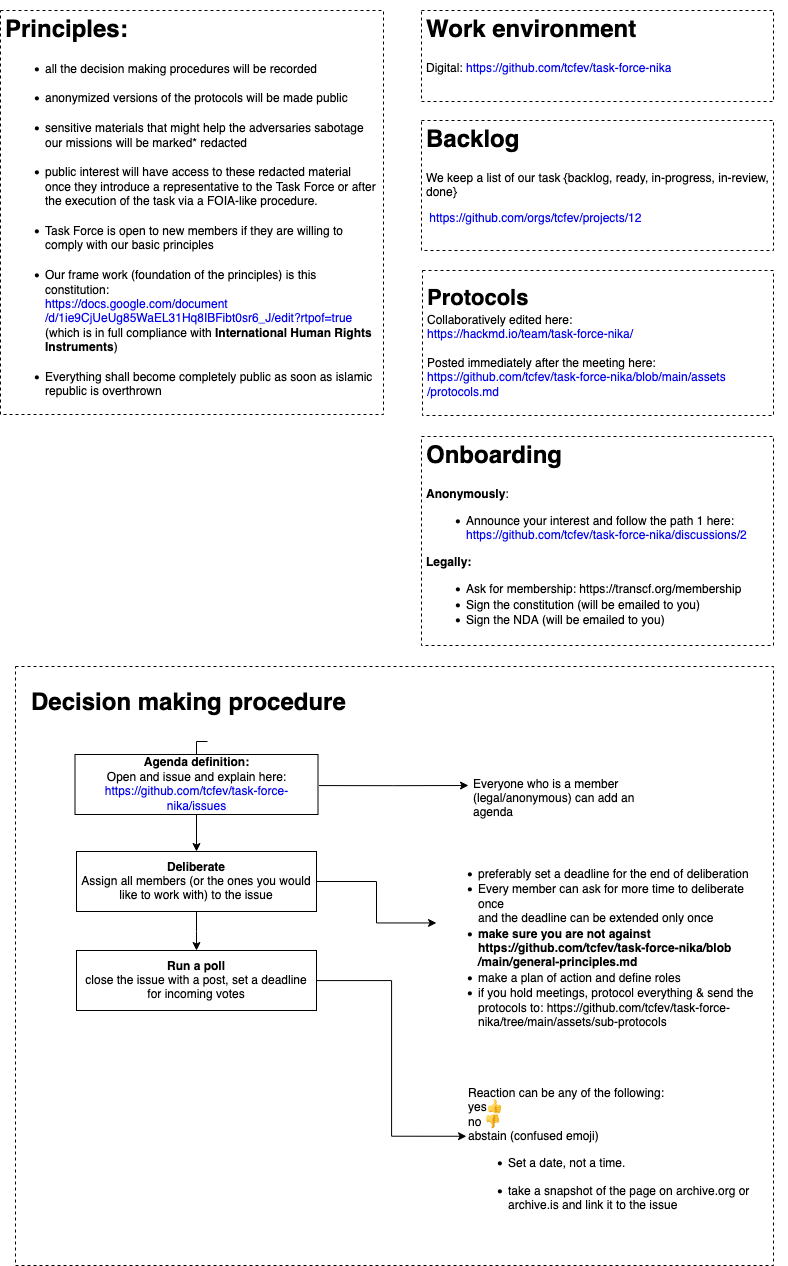
Above: assets/transparency-protocol.drawio.png in tcfev/task-force-nika (draw.io), before the change. Source tidied: cells renumbered, new cells last; positions are measured from the earlier drawing's top-left corner, leaving out a move shared by most shapes.
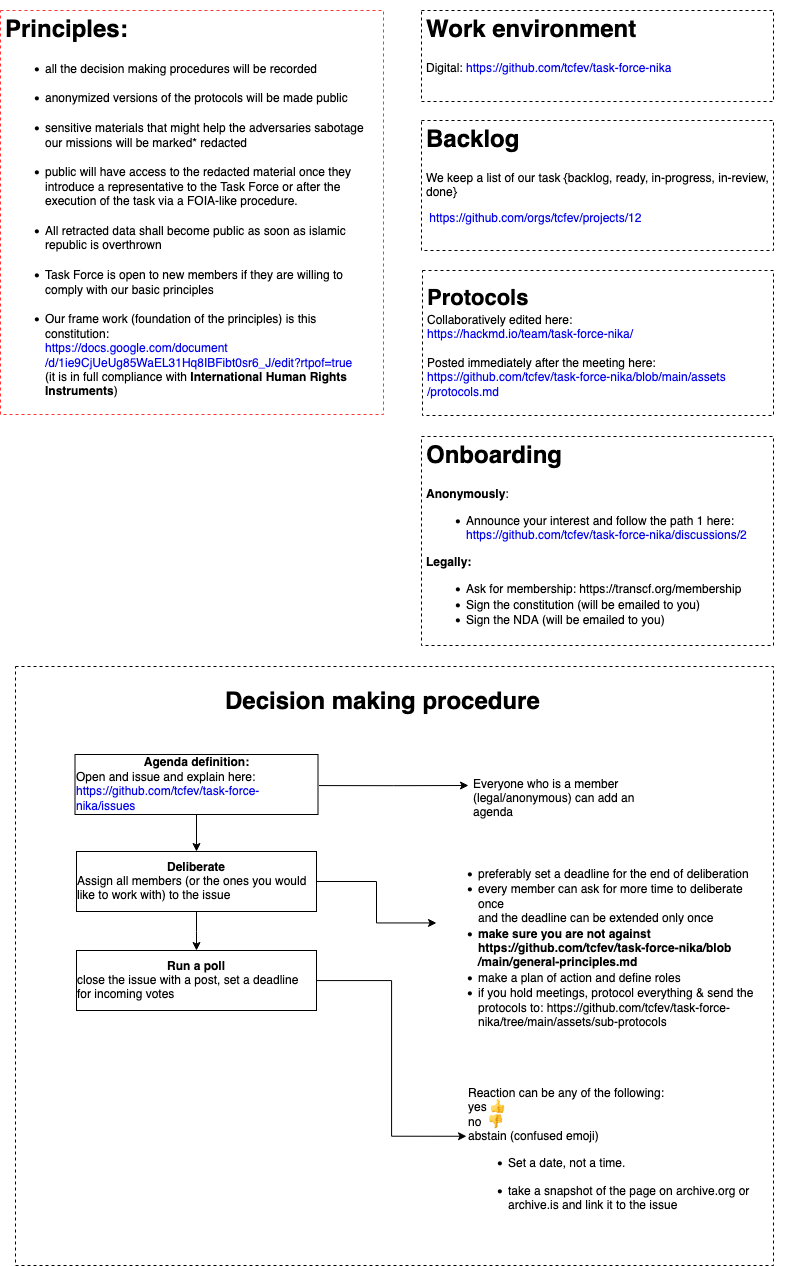
After the change.

Commit message:
transparency-protocol.drawio.png reordered, hoisted publication of redacted material

Change to the diagram source:
```diff
@@ -2,7 +2,7 @@
   <root>
     <mxCell id="0" />
     <mxCell id="1" parent="0" />
-    <mxCell id="2" value="&lt;h1 align=&quot;justify&quot;&gt;Principles:&lt;br&gt;&lt;/h1&gt;&lt;ul&gt;&lt;li&gt;all the decision making procedures will be recorded&lt;br&gt;&lt;br&gt;&lt;/li&gt;&lt;li&gt;anonymized versions of the protocols will be made public&lt;br&gt;&lt;br&gt;&lt;/li&gt;&lt;li&gt;sensitive materials that might help the adversaries sabotage our missions will be marked* redacted&lt;br&gt;&lt;br&gt;&lt;/li&gt;&lt;li&gt;public interest will have access to these redacted material once they introduce a representative to the Task Force or after the execution of the task via a FOIA-like procedure. &lt;br&gt;&lt;br&gt;&lt;/li&gt;&lt;li&gt;Task Force is open to new members if they are willing to comply with our basic principles&lt;br&gt;&lt;br&gt;&lt;/li&gt;&lt;li&gt;Our frame work (foundation of the principles) is this constitution:&lt;a href=&quot;https://docs.google.com/document/d/1ie9CjUeUg85WaEL31Hq8IBFibt0sr6_J/edit?rtpof=true&quot;&gt;&lt;br&gt;https://docs.google.com/document/d/1ie9CjUeUg85WaEL31Hq8IBFibt0sr6_J/edit?rtpof=true&lt;/a&gt; (which is in full compliance with &lt;b&gt;International Human Rights Instruments&lt;/b&gt;)&lt;br&gt;&lt;br&gt;&lt;/li&gt;&lt;li&gt;Everything shall become completely public as soon as islamic republic is overthrown&lt;br&gt;&lt;br&gt;&lt;/li&gt;&lt;/ul&gt;" style="text;html=1;strokeColor=default;fillColor=none;spacing=5;spacingTop=-20;whiteSpace=wrap;overflow=hidden;rounded=0;dashed=1;" parent="1" vertex="1">
+    <mxCell id="2" value="&lt;h1 align=&quot;justify&quot;&gt;Principles:&lt;br&gt;&lt;/h1&gt;&lt;ul&gt;&lt;li&gt;all the decision making procedures will be recorded&lt;br&gt;&lt;br&gt;&lt;/li&gt;&lt;li&gt;anonymized versions of the protocols will be made public&lt;br&gt;&lt;br&gt;&lt;/li&gt;&lt;li&gt;sensitive materials that might help the adversaries sabotage our missions will be marked* redacted&lt;br&gt;&lt;br&gt;&lt;/li&gt;&lt;li&gt;public will have access to the redacted material once they introduce a representative to the Task Force or after the execution of the task via a FOIA-like procedure. &lt;br&gt;&lt;br&gt;&lt;/li&gt;&lt;li&gt;All retracted data shall become public as soon as islamic republic is overthrown&lt;br&gt;&lt;br&gt;&lt;/li&gt;&lt;li&gt;Task Force is open to new members if they are willing to comply with our basic principles&lt;br&gt;&lt;br&gt;&lt;/li&gt;&lt;li&gt;Our frame work (foundation of the principles) is this constitution:&lt;a href=&quot;https://docs.google.com/document/d/1ie9CjUeUg85WaEL31Hq8IBFibt0sr6_J/edit?rtpof=true&quot;&gt;&lt;br&gt;https://docs.google.com/document/d/1ie9CjUeUg85WaEL31Hq8IBFibt0sr6_J/edit?rtpof=true&lt;/a&gt; &lt;br&gt;(it is in full compliance with &lt;b&gt;International Human Rights Instruments&lt;/b&gt;)&lt;br&gt;&lt;br&gt;&lt;/li&gt;&lt;/ul&gt;" style="text;html=1;spacing=5;spacingTop=-20;whiteSpace=wrap;overflow=hidden;rounded=0;dashed=1;strokeColor=#FF3333;" parent="1" vertex="1">
       <mxGeometry width="383" height="404" as="geometry" />
     </mxCell>
     <mxCell id="3" value="&lt;h1&gt;Work environment&lt;br&gt;&lt;/h1&gt;&lt;p&gt;Digital: &lt;a href=&quot;https://github.com/tcfev/task-force-nika&quot;&gt;https://github.com/tcfev/task-force-nika&lt;/a&gt;&lt;/p&gt;&lt;p&gt;&lt;br&gt;&lt;/p&gt;" style="text;html=1;strokeColor=default;fillColor=none;spacing=5;spacingTop=-20;whiteSpace=wrap;overflow=hidden;rounded=0;dashed=1;" parent="1" vertex="1">
@@ -23,21 +23,18 @@
     <mxCell id="8" style="rounded=0;whiteSpace=wrap;html=1;dashed=1;strokeColor=default;fontSize=22;fillColor=none;" parent="7" vertex="1">
       <mxGeometry x="7" width="758" height="599" as="geometry" />
     </mxCell>
-    <mxCell id="9" value="&lt;h1&gt;Decision making procedure&lt;br&gt;&lt;/h1&gt;&lt;p&gt;&lt;br&gt;&lt;/p&gt;" style="text;html=1;strokeColor=none;fillColor=none;spacing=5;spacingTop=-20;whiteSpace=wrap;overflow=hidden;rounded=0;" parent="7" vertex="1">
-      <mxGeometry x="18" y="17" width="362" height="58" as="geometry" />
+    <mxCell id="9" value="&lt;h1&gt;&amp;nbsp;&amp;nbsp; Decision making procedure&lt;br&gt;&lt;/h1&gt;&lt;p&gt;&lt;br&gt;&lt;/p&gt;" style="text;html=1;strokeColor=none;fillColor=none;spacing=5;spacingTop=-20;whiteSpace=wrap;overflow=hidden;rounded=0;dashed=1;" parent="7" vertex="1">
+      <mxGeometry x="192" y="16" width="375" height="58" as="geometry" />
     </mxCell>
     <mxCell id="10" style="edgeStyle=orthogonalEdgeStyle;rounded=0;jettySize=auto;html=1;entryX=0;entryY=0.5;entryDx=0;entryDy=0;" parent="7" edge="1" target="15">
       <mxGeometry relative="1" as="geometry">
         <mxPoint x="310.5" y="119.1" as="sourcePoint" />
       </mxGeometry>
     </mxCell>
-    <mxCell id="11" value="&lt;b&gt;Agenda definition: &lt;/b&gt;&lt;br&gt;Open and issue and explain here:&lt;br&gt;&lt;a href=&quot;https://github.com/tcfev/task-force-nika/issues&quot;&gt;https://github.com/tcfev/task-force-nika/issues&lt;/a&gt;" style="whiteSpace=wrap;html=1;" parent="7" vertex="1">
+    <mxCell id="11" value="&lt;b&gt;Agenda definition: &lt;/b&gt;&lt;br&gt;&lt;div align=&quot;left&quot;&gt;Open and issue and explain here:&lt;br&gt;&lt;a href=&quot;https://github.com/tcfev/task-force-nika/issues&quot;&gt;https://github.com/tcfev/task-force-nika/issues&lt;/a&gt;&lt;/div&gt;" style="whiteSpace=wrap;html=1;" parent="7" vertex="1">
       <mxGeometry x="66.5" y="88" width="243" height="60" as="geometry" />
     </mxCell>
-    <mxCell id="12" style="edgeStyle=orthogonalEdgeStyle;rounded=0;jettySize=auto;html=1;exitX=0.5;exitY=1;exitDx=0;exitDy=0;entryX=0.5;entryY=0;entryDx=0;entryDy=0;fontSize=22;endArrow=none;endFill=0;" parent="7" edge="1" source="9" target="11">
-      <mxGeometry relative="1" as="geometry" />
-    </mxCell>
-    <mxCell id="13" value="&lt;b&gt;Deliberate &lt;/b&gt;&lt;br&gt;Assign all members (or the ones you would like to work with) to the issue" style="whiteSpace=wrap;html=1;" parent="7" vertex="1">
+    <mxCell id="13" value="&lt;b&gt;Deliberate &lt;/b&gt;&lt;br&gt;&lt;div align=&quot;left&quot;&gt;Assign all members (or the ones you would like to work with) to the issue&lt;/div&gt;" style="whiteSpace=wrap;html=1;" parent="7" vertex="1">
       <mxGeometry x="68" y="185" width="240" height="60" as="geometry" />
     </mxCell>
     <mxCell id="14" style="edgeStyle=orthogonalEdgeStyle;rounded=0;jettySize=auto;html=1;" parent="7" edge="1" source="11" target="13">
@@ -46,19 +43,19 @@
     <mxCell id="15" value="&lt;h1&gt;&lt;br&gt;&lt;/h1&gt;&lt;p&gt;Everyone who is a member (legal/anonymous) can add an agenda&lt;/p&gt;&lt;p&gt;&lt;br&gt;&lt;/p&gt;" style="text;html=1;strokeColor=none;fillColor=none;spacing=5;spacingTop=-20;whiteSpace=wrap;overflow=hidden;rounded=0;" parent="7" vertex="1">
       <mxGeometry x="460" y="59.5" width="190" height="119" as="geometry" />
     </mxCell>
-    <mxCell id="16" value="&lt;div&gt;&lt;b&gt;Run a poll&lt;br&gt;&lt;/b&gt;&lt;/div&gt;&lt;div&gt;close the issue with a post, set a deadline for incoming votes&lt;br&gt;&lt;/div&gt;" style="whiteSpace=wrap;html=1;" parent="7" vertex="1">
+    <mxCell id="16" value="&lt;div&gt;&lt;b&gt;Run a poll&lt;br&gt;&lt;/b&gt;&lt;/div&gt;&lt;div align=&quot;left&quot;&gt;close the issue with a post, set a deadline for incoming votes&lt;br&gt;&lt;/div&gt;" style="whiteSpace=wrap;html=1;" parent="7" vertex="1">
       <mxGeometry x="68" y="284" width="240" height="60" as="geometry" />
     </mxCell>
     <mxCell id="17" style="edgeStyle=orthogonalEdgeStyle;rounded=0;jettySize=auto;html=1;entryX=0.5;entryY=0;entryDx=0;entryDy=0;" parent="7" edge="1" source="13" target="16">
       <mxGeometry relative="1" as="geometry" />
     </mxCell>
-    <mxCell id="18" value="&lt;h1&gt;&lt;br&gt;&lt;/h1&gt;&lt;ul&gt;&lt;li&gt;preferably set a deadline for the end of deliberation&lt;/li&gt;&lt;li&gt;Every member can ask for more time to deliberate once&lt;br&gt;&lt;div&gt;and the deadline can be extended only once&lt;/div&gt;&lt;/li&gt;&lt;li&gt;&lt;b&gt;make sure you are not against https://github.com/tcfev/task-force-nika/blob/main/general-principles.md&lt;/b&gt;&lt;br&gt;&lt;/li&gt;&lt;li&gt;make a plan of action and define roles&lt;/li&gt;&lt;li&gt;if you hold meetings, protocol everything &amp;amp; send the protocols to:&lt;a href=&quot;https://github.com/tcfev/task-force-nika/tree/main/assets/sub-protocols&quot;&gt; &lt;/a&gt;&lt;a&gt;https://github.com/tcfev/task-force-nika/tree/main/assets/sub-protocols&lt;/a&gt;&lt;br&gt;&lt;/li&gt;&lt;/ul&gt;" style="text;html=1;strokeColor=none;fillColor=none;align=left;verticalAlign=middle;whiteSpace=wrap;rounded=0;" parent="7" vertex="1">
+    <mxCell id="18" value="&lt;h1&gt;&lt;br&gt;&lt;/h1&gt;&lt;ul&gt;&lt;li&gt;preferably set a deadline for the end of deliberation&lt;/li&gt;&lt;li&gt;every member can ask for more time to deliberate once&lt;br&gt;&lt;div&gt;and the deadline can be extended only once&lt;/div&gt;&lt;/li&gt;&lt;li&gt;&lt;b&gt;make sure you are not against https://github.com/tcfev/task-force-nika/blob/main/general-principles.md&lt;/b&gt;&lt;br&gt;&lt;/li&gt;&lt;li&gt;make a plan of action and define roles&lt;/li&gt;&lt;li&gt;if you hold meetings, protocol everything &amp;amp; send the protocols to:&lt;a href=&quot;https://github.com/tcfev/task-force-nika/tree/main/assets/sub-protocols&quot;&gt; &lt;/a&gt;&lt;a&gt;https://github.com/tcfev/task-force-nika/tree/main/assets/sub-protocols&lt;/a&gt;&lt;br&gt;&lt;/li&gt;&lt;/ul&gt;" style="text;html=1;strokeColor=none;fillColor=none;align=left;verticalAlign=middle;whiteSpace=wrap;rounded=0;" parent="7" vertex="1">
       <mxGeometry x="428" y="158" width="321" height="197" as="geometry" />
     </mxCell>
     <mxCell id="19" style="edgeStyle=orthogonalEdgeStyle;rounded=0;jettySize=auto;html=1;" parent="7" edge="1" source="13" target="18">
       <mxGeometry relative="1" as="geometry" />
     </mxCell>
-    <mxCell id="20" value="Reaction can be any of the following:&lt;br&gt;yes&lt;span&gt;👍 &lt;br&gt;&lt;/span&gt;no &lt;span&gt;👎&lt;/span&gt;&lt;b&gt;&lt;br&gt;&lt;/b&gt;&lt;div&gt;abstain (confused emoji)&lt;/div&gt;&lt;div&gt;&lt;ul&gt;&lt;li&gt;Set a date, not a time. &lt;/li&gt;&lt;/ul&gt;&lt;div&gt;&lt;ul&gt;&lt;li&gt;take a snapshot of the page on archive.org or archive.is and link it to the issue&lt;br&gt;&lt;/li&gt;&lt;/ul&gt;&lt;/div&gt;&lt;/div&gt;" style="text;html=1;strokeColor=none;fillColor=none;align=left;verticalAlign=middle;whiteSpace=wrap;rounded=0;" parent="7" vertex="1">
+    <mxCell id="20" value="Reaction can be any of the following:&lt;br&gt;yes&lt;span&gt; 👍 &lt;br&gt;&lt;/span&gt;no&amp;nbsp; &lt;span&gt;👎&lt;/span&gt;&lt;b&gt;&lt;br&gt;&lt;/b&gt;&lt;div&gt;abstain (confused emoji)&lt;/div&gt;&lt;div&gt;&lt;ul&gt;&lt;li&gt;Set a date, not a time. &lt;/li&gt;&lt;/ul&gt;&lt;div&gt;&lt;ul&gt;&lt;li&gt;take a snapshot of the page on archive.org or archive.is and link it to the issue&lt;br&gt;&lt;/li&gt;&lt;/ul&gt;&lt;/div&gt;&lt;/div&gt;" style="text;html=1;strokeColor=none;fillColor=none;align=left;verticalAlign=middle;whiteSpace=wrap;rounded=0;" parent="7" vertex="1">
       <mxGeometry x="458" y="451" width="321" height="75" as="geometry" />
     </mxCell>
     <mxCell id="21" style="edgeStyle=orthogonalEdgeStyle;rounded=0;jettySize=auto;html=1;entryX=0;entryY=0.25;entryDx=0;entryDy=0;" parent="7" edge="1" source="16" target="20">
```
